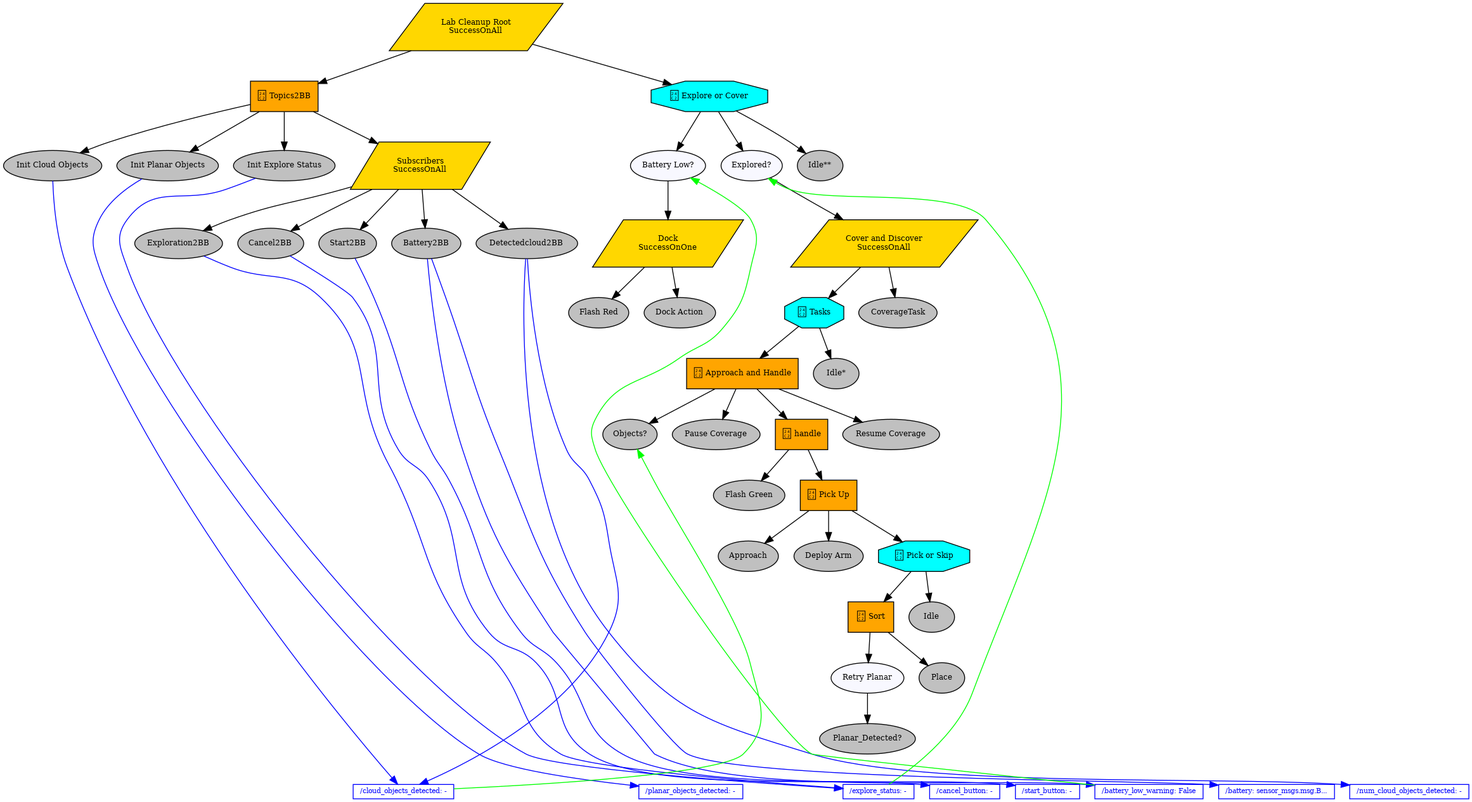
machine0herald/Mirte_Lab_Clean-gz_docker keeps this Graphviz diagram as lcr/lab_cleanup_root.png. Above is the earlier version. Its source is kept beside it as lcr/lab_cleanup_root.dot. Source of this version:
```dot
digraph pastafarianism {
ordering=out;
graph [fontname="times-roman"];
node [fontname="times-roman"];
edge [fontname="times-roman"];
"Lab Cleanup Root" [fillcolor=gold, fontcolor=black, fontsize=9, label="Lab Cleanup Root\nSuccessOnAll", shape=parallelogram, style=filled];
Topics2BB [fillcolor=orange, fontcolor=black, fontsize=9, label="Ⓜ Topics2BB", shape=box, style=filled];
"Lab Cleanup Root" -> Topics2BB;
"Init Cloud Objects" [fillcolor=gray, fontcolor=black, fontsize=9, label="Init Cloud Objects", shape=ellipse, style=filled];
Topics2BB -> "Init Cloud Objects";
"Init Planar Objects" [fillcolor=gray, fontcolor=black, fontsize=9, label="Init Planar Objects", shape=ellipse, style=filled];
Topics2BB -> "Init Planar Objects";
"Init Explore Status" [fillcolor=gray, fontcolor=black, fontsize=9, label="Init Explore Status", shape=ellipse, style=filled];
Topics2BB -> "Init Explore Status";
Subscribers [fillcolor=gold, fontcolor=black, fontsize=9, label="Subscribers\nSuccessOnAll", shape=parallelogram, style=filled];
Topics2BB -> Subscribers;
Exploration2BB [fillcolor=gray, fontcolor=black, fontsize=9, label=Exploration2BB, shape=ellipse, style=filled];
Subscribers -> Exploration2BB;
Cancel2BB [fillcolor=gray, fontcolor=black, fontsize=9, label=Cancel2BB, shape=ellipse, style=filled];
Subscribers -> Cancel2BB;
Start2BB [fillcolor=gray, fontcolor=black, fontsize=9, label=Start2BB, shape=ellipse, style=filled];
Subscribers -> Start2BB;
Battery2BB [fillcolor=gray, fontcolor=black, fontsize=9, label=Battery2BB, shape=ellipse, style=filled];
Subscribers -> Battery2BB;
Detectedcloud2BB [fillcolor=gray, fontcolor=black, fontsize=9, label=Detectedcloud2BB, shape=ellipse, style=filled];
Subscribers -> Detectedcloud2BB;
"Explore or Cover" [fillcolor=cyan, fontcolor=black, fontsize=9, label="Ⓜ Explore or Cover", shape=octagon, style=filled];
"Lab Cleanup Root" -> "Explore or Cover";
"Battery Low?" [fillcolor=ghostwhite, fontcolor=black, fontsize=9, label="Battery Low?", shape=ellipse, style=filled];
"Explore or Cover" -> "Battery Low?";
Dock [fillcolor=gold, fontcolor=black, fontsize=9, label="Dock\nSuccessOnOne", shape=parallelogram, style=filled];
"Battery Low?" -> Dock;
"Flash Red" [fillcolor=gray, fontcolor=black, fontsize=9, label="Flash Red", shape=ellipse, style=filled];
Dock -> "Flash Red";
"Dock Action" [fillcolor=gray, fontcolor=black, fontsize=9, label="Dock Action", shape=ellipse, style=filled];
Dock -> "Dock Action";
"Explored?" [fillcolor=ghostwhite, fontcolor=black, fontsize=9, label="Explored?", shape=ellipse, style=filled];
"Explore or Cover" -> "Explored?";
"Cover and Discover" [fillcolor=gold, fontcolor=black, fontsize=9, label="Cover and Discover\nSuccessOnAll", shape=parallelogram, style=filled];
"Explored?" -> "Cover and Discover";
Tasks [fillcolor=cyan, fontcolor=black, fontsize=9, label="Ⓜ Tasks", shape=octagon, style=filled];
"Cover and Discover" -> Tasks;
"Approach and Handle" [fillcolor=orange, fontcolor=black, fontsize=9, label="Ⓜ Approach and Handle", shape=box, style=filled];
Tasks -> "Approach and Handle";
"Objects?" [fillcolor=gray, fontcolor=black, fontsize=9, label="Objects?", shape=ellipse, style=filled];
"Approach and Handle" -> "Objects?";
"Pause Coverage" [fillcolor=gray, fontcolor=black, fontsize=9, label="Pause Coverage", shape=ellipse, style=filled];
"Approach and Handle" -> "Pause Coverage";
handle [fillcolor=orange, fontcolor=black, fontsize=9, label="Ⓜ handle", shape=box, style=filled];
"Approach and Handle" -> handle;
"Flash Green" [fillcolor=gray, fontcolor=black, fontsize=9, label="Flash Green", shape=ellipse, style=filled];
handle -> "Flash Green";
"Pick Up" [fillcolor=orange, fontcolor=black, fontsize=9, label="Ⓜ Pick Up", shape=box, style=filled];
handle -> "Pick Up";
Approach [fillcolor=gray, fontcolor=black, fontsize=9, label=Approach, shape=ellipse, style=filled];
"Pick Up" -> Approach;
"Deploy Arm" [fillcolor=gray, fontcolor=black, fontsize=9, label="Deploy Arm", shape=ellipse, style=filled];
"Pick Up" -> "Deploy Arm";
"Pick or Skip" [fillcolor=cyan, fontcolor=black, fontsize=9, label="Ⓜ Pick or Skip", shape=octagon, style=filled];
"Pick Up" -> "Pick or Skip";
Sort [fillcolor=orange, fontcolor=black, fontsize=9, label="Ⓜ Sort", shape=box, style=filled];
"Pick or Skip" -> Sort;
"Retry Planar" [fillcolor=ghostwhite, fontcolor=black, fontsize=9, label="Retry Planar", shape=ellipse, style=filled];
Sort -> "Retry Planar";
"Planar_Detected?" [fillcolor=gray, fontcolor=black, fontsize=9, label="Planar_Detected?", shape=ellipse, style=filled];
"Retry Planar" -> "Planar_Detected?";
Place [fillcolor=gray, fontcolor=black, fontsize=9, label=Place, shape=ellipse, style=filled];
Sort -> Place;
Idle [fillcolor=gray, fontcolor=black, fontsize=9, label=Idle, shape=ellipse, style=filled];
"Pick or Skip" -> Idle;
"Resume Coverage" [fillcolor=gray, fontcolor=black, fontsize=9, label="Resume Coverage", shape=ellipse, style=filled];
"Approach and Handle" -> "Resume Coverage";
"Idle*" [fillcolor=gray, fontcolor=black, fontsize=9, label="Idle*", shape=ellipse, style=filled];
Tasks -> "Idle*";
CoverageTask [fillcolor=gray, fontcolor=black, fontsize=9, label=CoverageTask, shape=ellipse, style=filled];
"Cover and Discover" -> CoverageTask;
"Idle**" [fillcolor=gray, fontcolor=black, fontsize=9, label="Idle**", shape=ellipse, style=filled];
"Explore or Cover" -> "Idle**";
Detectedcloud2BB -> "/num_cloud_objects_detected"  [color=blue, constraint=False, weight=0];
"/explore_status" -> "Explored?"  [color=green, constraint=False, weight=0];
"Init Explore Status" -> "/explore_status"  [color=blue, constraint=False, weight=0];
Exploration2BB -> "/explore_status"  [color=blue, constraint=False, weight=0];
Cancel2BB -> "/cancel_button"  [color=blue, constraint=False, weight=0];
"/battery_low_warning" -> "Battery Low?"  [color=green, constraint=False, weight=0];
Battery2BB -> "/battery_low_warning"  [color=blue, constraint=False, weight=0];
Start2BB -> "/start_button"  [color=blue, constraint=False, weight=0];
"/cloud_objects_detected" -> "Objects?"  [color=green, constraint=False, weight=0];
Detectedcloud2BB -> "/cloud_objects_detected"  [color=blue, constraint=False, weight=0];
"Init Cloud Objects" -> "/cloud_objects_detected"  [color=blue, constraint=False, weight=0];
Battery2BB -> "/battery"  [color=blue, constraint=False, weight=0];
"Init Planar Objects" -> "/planar_objects_detected"  [color=blue, constraint=False, weight=0];
subgraph Blackboard {
id=Blackboard;
label=Blackboard;
rank=sink;
"/num_cloud_objects_detected" [color=blue, fillcolor=white, fixedsize=False, fontcolor=blue, fontsize=8, height=0, label="/num_cloud_objects_detected: -", shape=box, style=filled, width=0];
"/explore_status" [color=blue, fillcolor=white, fixedsize=False, fontcolor=blue, fontsize=8, height=0, label="/explore_status: -", shape=box, style=filled, width=0];
"/cancel_button" [color=blue, fillcolor=white, fixedsize=False, fontcolor=blue, fontsize=8, height=0, label="/cancel_button: -", shape=box, style=filled, width=0];
"/battery_low_warning" [color=blue, fillcolor=white, fixedsize=False, fontcolor=blue, fontsize=8, height=0, label="/battery_low_warning: False", shape=box, style=filled, width=0];
"/start_button" [color=blue, fillcolor=white, fixedsize=False, fontcolor=blue, fontsize=8, height=0, label="/start_button: -", shape=box, style=filled, width=0];
"/cloud_objects_detected" [color=blue, fillcolor=white, fixedsize=False, fontcolor=blue, fontsize=8, height=0, label="/cloud_objects_detected: -", shape=box, style=filled, width=0];
"/battery" [color=blue, fillcolor=white, fixedsize=False, fontcolor=blue, fontsize=8, height=0, label="/battery: sensor_msgs.msg.B...", shape=box, style=filled, width=0];
"/planar_objects_detected" [color=blue, fillcolor=white, fixedsize=False, fontcolor=blue, fontsize=8, height=0, label="/planar_objects_detected: -", shape=box, style=filled, width=0];
}

}
```
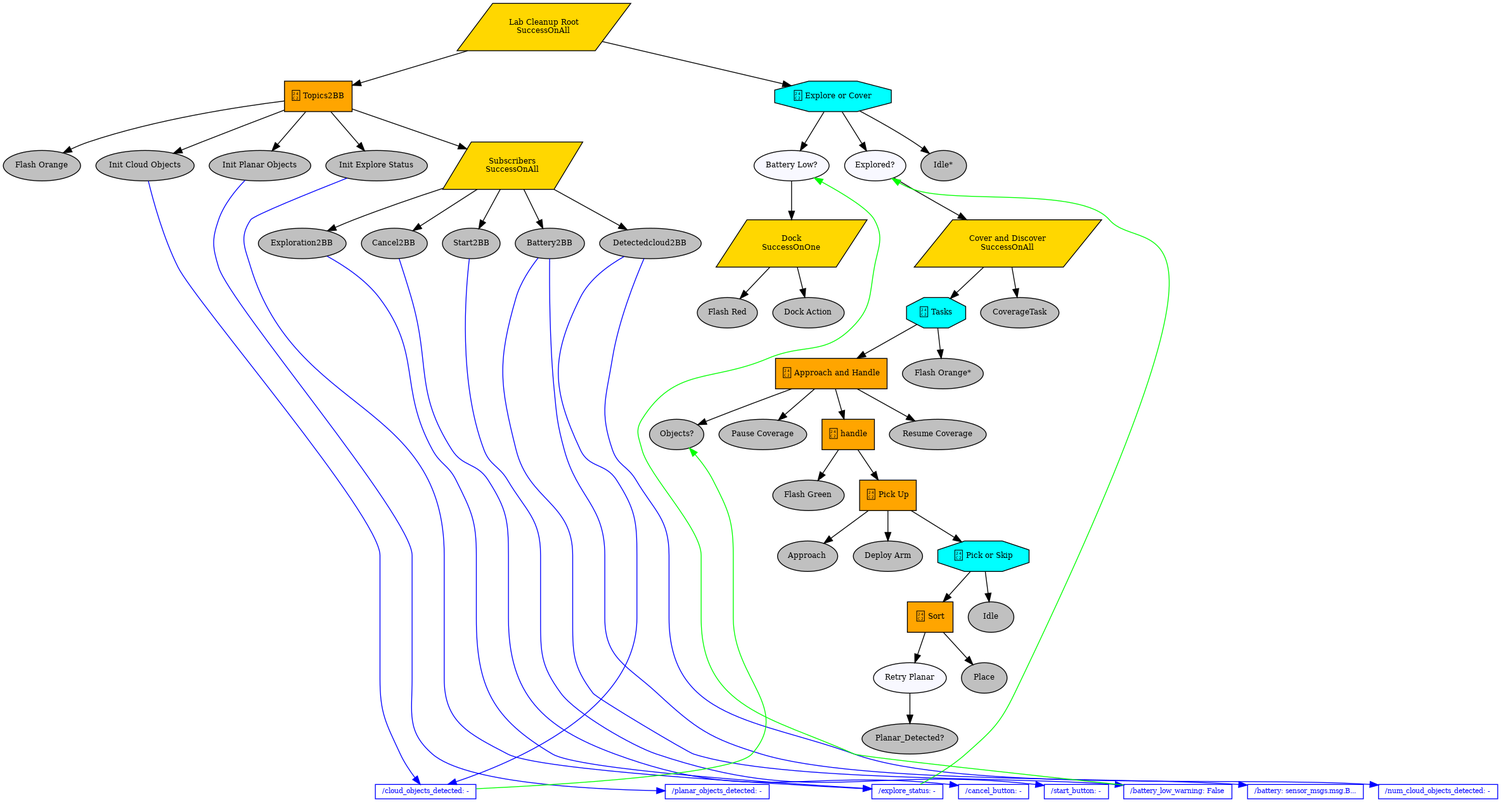
After the change.

Change to the diagram source:
```diff
@@ -6,6 +6,8 @@
 "Lab Cleanup Root" [fillcolor=gold, fontcolor=black, fontsize=9, label="Lab Cleanup Root\nSuccessOnAll", shape=parallelogram, style=filled];
 Topics2BB [fillcolor=orange, fontcolor=black, fontsize=9, label="Ⓜ Topics2BB", shape=box, style=filled];
 "Lab Cleanup Root" -> Topics2BB;
+"Flash Orange" [fillcolor=gray, fontcolor=black, fontsize=9, label="Flash Orange", shape=ellipse, style=filled];
+Topics2BB -> "Flash Orange";
 "Init Cloud Objects" [fillcolor=gray, fontcolor=black, fontsize=9, label="Init Cloud Objects", shape=ellipse, style=filled];
 Topics2BB -> "Init Cloud Objects";
 "Init Planar Objects" [fillcolor=gray, fontcolor=black, fontsize=9, label="Init Planar Objects", shape=ellipse, style=filled];
@@ -70,37 +72,37 @@
 "Pick or Skip" -> Idle;
 "Resume Coverage" [fillcolor=gray, fontcolor=black, fontsize=9, label="Resume Coverage", shape=ellipse, style=filled];
 "Approach and Handle" -> "Resume Coverage";
-"Idle*" [fillcolor=gray, fontcolor=black, fontsize=9, label="Idle*", shape=ellipse, style=filled];
-Tasks -> "Idle*";
+"Flash Orange*" [fillcolor=gray, fontcolor=black, fontsize=9, label="Flash Orange*", shape=ellipse, style=filled];
+Tasks -> "Flash Orange*";
 CoverageTask [fillcolor=gray, fontcolor=black, fontsize=9, label=CoverageTask, shape=ellipse, style=filled];
 "Cover and Discover" -> CoverageTask;
-"Idle**" [fillcolor=gray, fontcolor=black, fontsize=9, label="Idle**", shape=ellipse, style=filled];
-"Explore or Cover" -> "Idle**";
-Detectedcloud2BB -> "/num_cloud_objects_detected"  [color=blue, constraint=False, weight=0];
-"/explore_status" -> "Explored?"  [color=green, constraint=False, weight=0];
-"Init Explore Status" -> "/explore_status"  [color=blue, constraint=False, weight=0];
-Exploration2BB -> "/explore_status"  [color=blue, constraint=False, weight=0];
-Cancel2BB -> "/cancel_button"  [color=blue, constraint=False, weight=0];
-"/battery_low_warning" -> "Battery Low?"  [color=green, constraint=False, weight=0];
-Battery2BB -> "/battery_low_warning"  [color=blue, constraint=False, weight=0];
-Start2BB -> "/start_button"  [color=blue, constraint=False, weight=0];
+"Idle*" [fillcolor=gray, fontcolor=black, fontsize=9, label="Idle*", shape=ellipse, style=filled];
+"Explore or Cover" -> "Idle*";
 "/cloud_objects_detected" -> "Objects?"  [color=green, constraint=False, weight=0];
 Detectedcloud2BB -> "/cloud_objects_detected"  [color=blue, constraint=False, weight=0];
 "Init Cloud Objects" -> "/cloud_objects_detected"  [color=blue, constraint=False, weight=0];
+"/battery_low_warning" -> "Battery Low?"  [color=green, constraint=False, weight=0];
+Battery2BB -> "/battery_low_warning"  [color=blue, constraint=False, weight=0];
+"Init Planar Objects" -> "/planar_objects_detected"  [color=blue, constraint=False, weight=0];
+"/explore_status" -> "Explored?"  [color=green, constraint=False, weight=0];
+Exploration2BB -> "/explore_status"  [color=blue, constraint=False, weight=0];
+"Init Explore Status" -> "/explore_status"  [color=blue, constraint=False, weight=0];
+Cancel2BB -> "/cancel_button"  [color=blue, constraint=False, weight=0];
 Battery2BB -> "/battery"  [color=blue, constraint=False, weight=0];
-"Init Planar Objects" -> "/planar_objects_detected"  [color=blue, constraint=False, weight=0];
+Detectedcloud2BB -> "/num_cloud_objects_detected"  [color=blue, constraint=False, weight=0];
+Start2BB -> "/start_button"  [color=blue, constraint=False, weight=0];
 subgraph Blackboard {
 id=Blackboard;
 label=Blackboard;
 rank=sink;
-"/num_cloud_objects_detected" [color=blue, fillcolor=white, fixedsize=False, fontcolor=blue, fontsize=8, height=0, label="/num_cloud_objects_detected: -", shape=box, style=filled, width=0];
+"/cloud_objects_detected" [color=blue, fillcolor=white, fixedsize=False, fontcolor=blue, fontsize=8, height=0, label="/cloud_objects_detected: -", shape=box, style=filled, width=0];
+"/battery_low_warning" [color=blue, fillcolor=white, fixedsize=False, fontcolor=blue, fontsize=8, height=0, label="/battery_low_warning: False", shape=box, style=filled, width=0];
+"/planar_objects_detected" [color=blue, fillcolor=white, fixedsize=False, fontcolor=blue, fontsize=8, height=0, label="/planar_objects_detected: -", shape=box, style=filled, width=0];
 "/explore_status" [color=blue, fillcolor=white, fixedsize=False, fontcolor=blue, fontsize=8, height=0, label="/explore_status: -", shape=box, style=filled, width=0];
 "/cancel_button" [color=blue, fillcolor=white, fixedsize=False, fontcolor=blue, fontsize=8, height=0, label="/cancel_button: -", shape=box, style=filled, width=0];
-"/battery_low_warning" [color=blue, fillcolor=white, fixedsize=False, fontcolor=blue, fontsize=8, height=0, label="/battery_low_warning: False", shape=box, style=filled, width=0];
+"/battery" [color=blue, fillcolor=white, fixedsize=False, fontcolor=blue, fontsize=8, height=0, label="/battery: sensor_msgs.msg.B...", shape=box, style=filled, width=0];
+"/num_cloud_objects_detected" [color=blue, fillcolor=white, fixedsize=False, fontcolor=blue, fontsize=8, height=0, label="/num_cloud_objects_detected: -", shape=box, style=filled, width=0];
 "/start_button" [color=blue, fillcolor=white, fixedsize=False, fontcolor=blue, fontsize=8, height=0, label="/start_button: -", shape=box, style=filled, width=0];
-"/cloud_objects_detected" [color=blue, fillcolor=white, fixedsize=False, fontcolor=blue, fontsize=8, height=0, label="/cloud_objects_detected: -", shape=box, style=filled, width=0];
-"/battery" [color=blue, fillcolor=white, fixedsize=False, fontcolor=blue, fontsize=8, height=0, label="/battery: sensor_msgs.msg.B...", shape=box, style=filled, width=0];
-"/planar_objects_detected" [color=blue, fillcolor=white, fixedsize=False, fontcolor=blue, fontsize=8, height=0, label="/planar_objects_detected: -", shape=box, style=filled, width=0];
 }
 
 }
```
